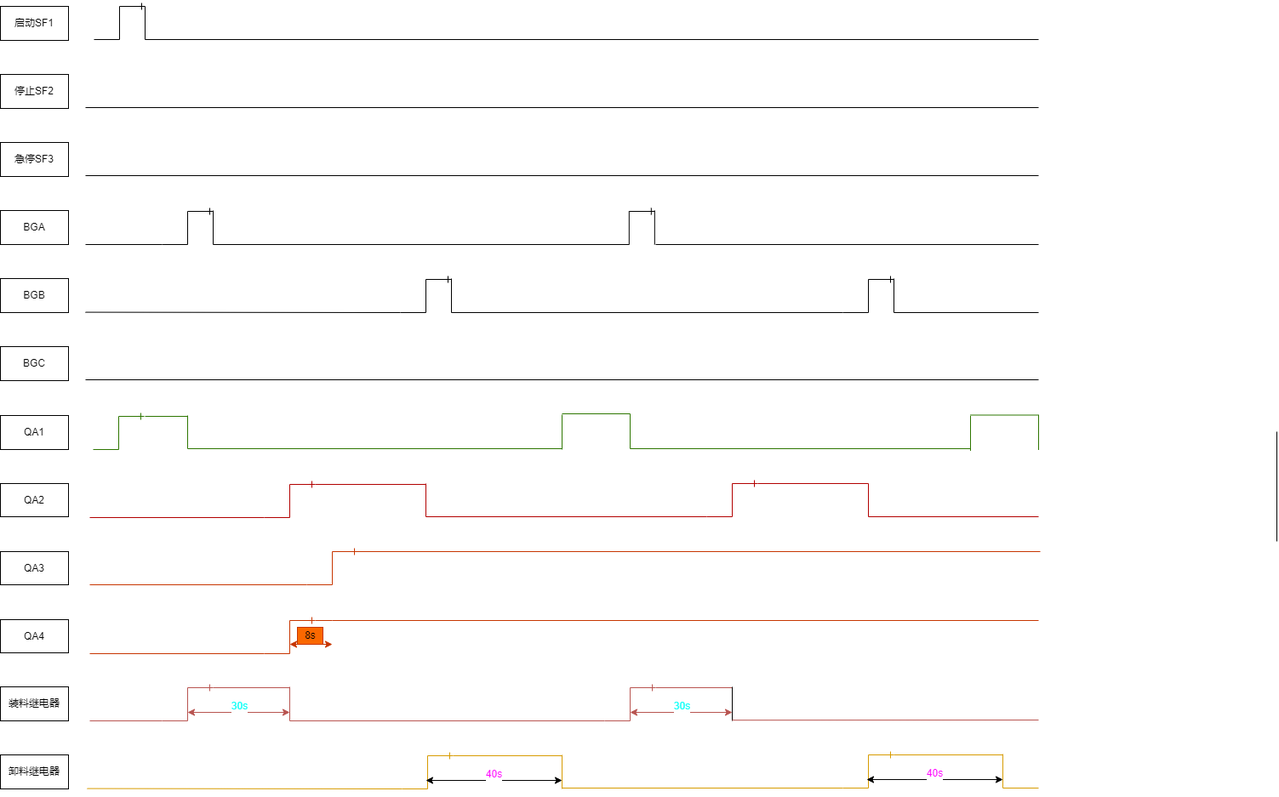
Above: timedia.drawio.png in mj-allk/mjalk (draw.io), before the change. Source tidied: cells renumbered, new cells last; positions are measured from the earlier drawing's top-left corner, leaving out a move shared by most shapes.
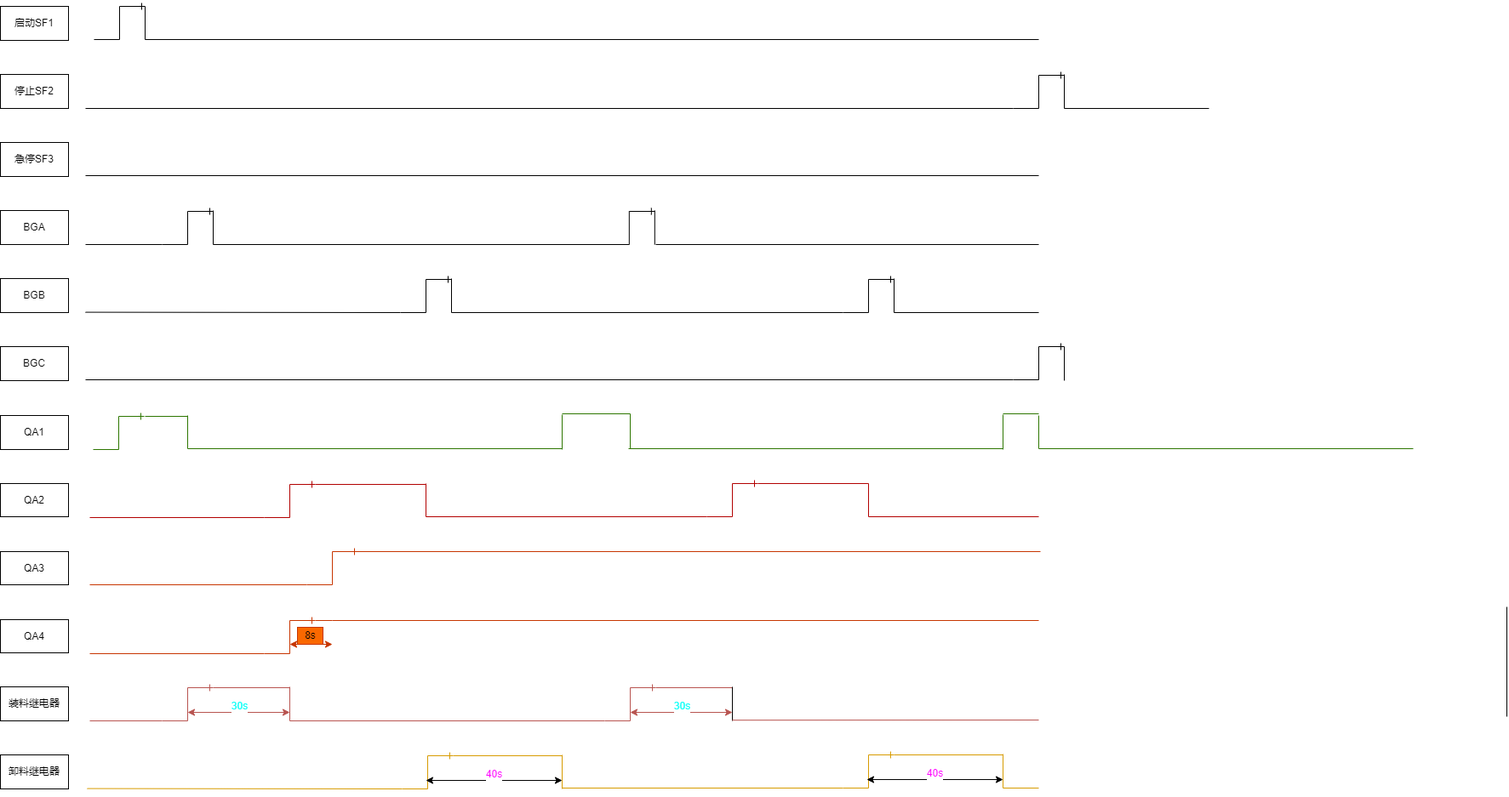
Later version of the same file.

The edit, as a diff of the source:
```diff
@@ -123,8 +123,8 @@
     </mxCell>
     <mxCell id="30" style="endArrow=none;html=1;rounded=0;" parent="1" edge="1">
       <mxGeometry relative="1" as="geometry">
-        <mxPoint x="1500" y="629" as="sourcePoint" />
-        <mxPoint x="1500" y="500" as="targetPoint" />
+        <mxPoint x="1770" y="835" as="sourcePoint" />
+        <mxPoint x="1770" y="706" as="targetPoint" />
       </mxGeometry>
     </mxCell>
     <mxCell id="31" style="endArrow=none;html=1;rounded=0;fontColor=#14FFF7;fillColor=#f8cecc;gradientColor=#ea6b66;strokeColor=#b85450;" parent="1" edge="1">
@@ -298,7 +298,7 @@
       </mxGeometry>
     </mxCell>
     <mxCell id="63" style="line;strokeWidth=1;dashed=0;labelPosition=right;align=left;verticalAlign=middle;spacingTop=0;spacingLeft=6;fillColor=#60a917;strokeColor=#2D7600;fontColor=#ffffff;" parent="1" vertex="1">
-      <mxGeometry x="740" y="515" width="400" height="10" as="geometry" />
+      <mxGeometry x="738" y="515" width="440" height="10" as="geometry" />
     </mxCell>
     <mxCell id="64" style="line;strokeWidth=1;dashed=0;labelPosition=right;align=left;verticalAlign=middle;spacingTop=0;spacingLeft=6;" parent="1" vertex="1">
       <mxGeometry x="770" y="275" width="450" height="10" as="geometry" />
@@ -405,27 +405,57 @@
     </mxCell>
     <mxCell id="84" style="endArrow=none;html=1;rounded=0;fillColor=#60a917;strokeColor=#2D7600;" parent="1" edge="1">
       <mxGeometry relative="1" as="geometry">
-        <mxPoint x="1140" y="522.5" as="sourcePoint" />
-        <mxPoint x="1140" y="481.5" as="targetPoint" />
+        <mxPoint x="1178" y="521" as="sourcePoint" />
+        <mxPoint x="1178" y="480" as="targetPoint" />
       </mxGeometry>
     </mxCell>
     <mxCell id="85" style="line;strokeWidth=1;dashed=0;labelPosition=right;align=left;verticalAlign=middle;spacingTop=0;spacingLeft=6;fillColor=#60a917;strokeColor=#2D7600;fontColor=#ffffff;" parent="1" vertex="1">
-      <mxGeometry x="1140" y="475.5" width="80" height="10" as="geometry" />
+      <mxGeometry x="1178" y="474" width="42" height="10" as="geometry" />
     </mxCell>
-    <mxCell id="86" style="endArrow=none;html=1;rounded=0;fillColor=#60a917;strokeColor=#2D7600;" parent="1" edge="1">
-      <mxGeometry relative="1" as="geometry">
-        <mxPoint x="1220" y="521.5" as="sourcePoint" />
-        <mxPoint x="1220" y="480.5" as="targetPoint" />
-      </mxGeometry>
-    </mxCell>
     <mxCell id="87" style="line;strokeWidth=1;dashed=0;labelPosition=right;align=left;verticalAlign=middle;spacingTop=0;spacingLeft=6;" parent="1" vertex="1">
-      <mxGeometry x="100" y="434" width="1120" height="10" as="geometry" />
+      <mxGeometry x="100" y="434" width="1090" height="10" as="geometry" />
     </mxCell>
     <mxCell id="88" style="line;strokeWidth=1;dashed=0;labelPosition=right;align=left;verticalAlign=middle;spacingTop=0;spacingLeft=6;" parent="1" vertex="1">
-      <mxGeometry x="100" y="114" width="1120" height="10" as="geometry" />
+      <mxGeometry x="100" y="115" width="1090" height="10" as="geometry" />
     </mxCell>
     <mxCell id="89" style="line;strokeWidth=1;dashed=0;labelPosition=right;align=left;verticalAlign=middle;spacingTop=0;spacingLeft=6;" parent="1" vertex="1">
       <mxGeometry x="100" y="194" width="1120" height="10" as="geometry" />
     </mxCell>
+    <mxCell id="90" style="edgeStyle=entityRelationEdgeStyle;fontSize=12;html=1;endArrow=ERone;endFill=1;rounded=0;" parent="1" edge="1">
+      <mxGeometry relative="1" as="geometry">
+        <mxPoint x="1190" y="120" as="sourcePoint" />
+        <mxPoint x="1250" y="81" as="targetPoint" />
+      </mxGeometry>
+    </mxCell>
+    <mxCell id="91" style="endArrow=none;html=1;rounded=0;" parent="1" edge="1">
+      <mxGeometry relative="1" as="geometry">
+        <mxPoint x="1250" y="120" as="sourcePoint" />
+        <mxPoint x="1250" y="80" as="targetPoint" />
+      </mxGeometry>
+    </mxCell>
+    <mxCell id="92" style="line;strokeWidth=1;dashed=0;labelPosition=right;align=left;verticalAlign=middle;spacingTop=0;spacingLeft=6;" parent="1" vertex="1">
+      <mxGeometry x="1250" y="115" width="170" height="10" as="geometry" />
+    </mxCell>
+    <mxCell id="93" style="edgeStyle=entityRelationEdgeStyle;fontSize=12;html=1;endArrow=ERone;endFill=1;rounded=0;" parent="1" edge="1">
+      <mxGeometry relative="1" as="geometry">
+        <mxPoint x="1190" y="439" as="sourcePoint" />
+        <mxPoint x="1250" y="400" as="targetPoint" />
+      </mxGeometry>
+    </mxCell>
+    <mxCell id="94" style="endArrow=none;html=1;rounded=0;" parent="1" edge="1">
+      <mxGeometry relative="1" as="geometry">
+        <mxPoint x="1250" y="440" as="sourcePoint" />
+        <mxPoint x="1250" y="400" as="targetPoint" />
+      </mxGeometry>
+    </mxCell>
+    <mxCell id="95" style="endArrow=none;html=1;rounded=0;fillColor=#60a917;strokeColor=#2D7600;" parent="1" edge="1">
+      <mxGeometry relative="1" as="geometry">
+        <mxPoint x="1220" y="520" as="sourcePoint" />
+        <mxPoint x="1220" y="481" as="targetPoint" />
+      </mxGeometry>
+    </mxCell>
+    <mxCell id="96" style="line;strokeWidth=1;dashed=0;labelPosition=right;align=left;verticalAlign=middle;spacingTop=0;spacingLeft=6;fillColor=#60a917;strokeColor=#2D7600;fontColor=#ffffff;" parent="1" vertex="1">
+      <mxGeometry x="1220" y="515" width="440" height="10" as="geometry" />
+    </mxCell>
   </root>
 </mxGraphModel>
```
